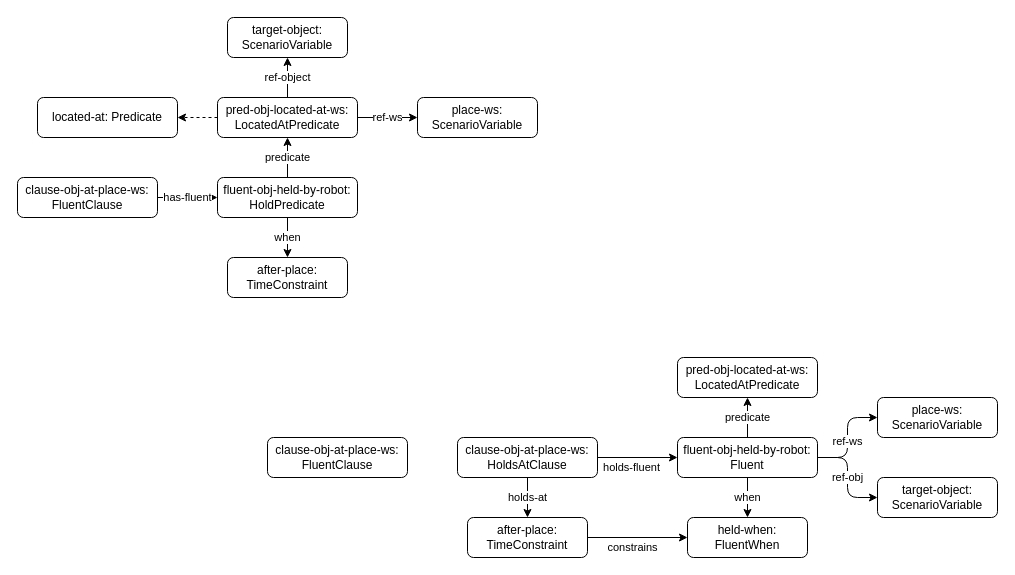
The draw.io diagram page "more detailed fluent" (3 of 8) of bdd-example-pickplace.drawio in minhnh/drawio-diagrams, before the edit. Source tidied: cells renumbered, new cells numbered last; positions are measured from the earlier drawing's top-left corner, leaving out a move shared by most shapes. Both pictures are drawn from the tidied source at 100%, with x=0, y=0 at pixel (17, 17).
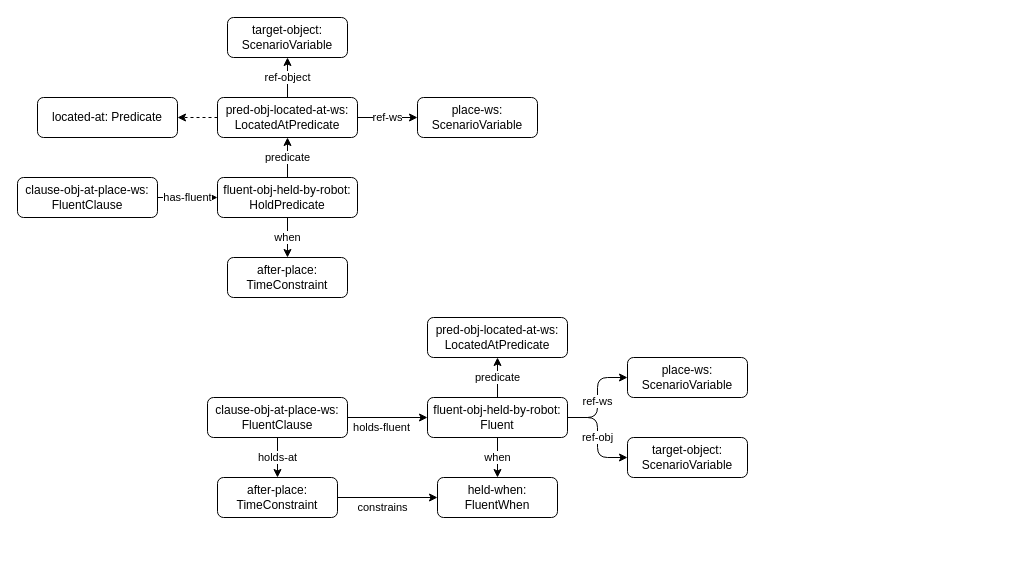
Above is the later version.

Change to the diagram source:
```diff
@@
     <mxCell id="14" value="fluent-obj-held-by-robot:&lt;br&gt;Fluent" style="rounded=1;whiteSpace=wrap;html=1;" parent="1" vertex="1">
-      <mxGeometry x="660" y="420" width="140" height="40" as="geometry" />
+      <mxGeometry x="410" y="380" width="140" height="40" as="geometry" />
     </mxCell>
@@
     <mxCell id="16" value="ref-ws" style="edgeStyle=orthogonalEdgeStyle;shape=connector;rounded=1;jettySize=auto;html=1;labelBackgroundColor=default;strokeColor=default;align=center;verticalAlign=middle;fontFamily=Helvetica;fontSize=11;fontColor=default;endArrow=classic;" parent="1" edge="1" source="14" target="20">
       <mxGeometry x="-0.09" relative="1" as="geometry">
         <Array as="points">
-          <mxPoint x="830" y="440" />
-          <mxPoint x="830" y="400" />
+          <mxPoint x="580" y="400" />
+          <mxPoint x="580" y="360" />
         </Array>
       </mxGeometry>
     </mxCell>
     <mxCell id="17" value="pred-obj-located-at-ws: LocatedAtPredicate" style="rounded=1;whiteSpace=wrap;html=1;" parent="1" vertex="1">
-      <mxGeometry x="660" y="340" width="140" height="40" as="geometry" />
+      <mxGeometry x="410" y="300" width="140" height="40" as="geometry" />
     </mxCell>
     <mxCell id="18" value="held-when: FluentWhen" style="rounded=1;whiteSpace=wrap;html=1;" parent="1" vertex="1">
-      <mxGeometry x="670" y="500" width="120" height="40" as="geometry" />
+      <mxGeometry x="420" y="460" width="120" height="40" as="geometry" />
     </mxCell>
     <mxCell id="19" value="target-object: ScenarioVariable" style="rounded=1;whiteSpace=wrap;html=1;" parent="1" vertex="1">
-      <mxGeometry x="860" y="460" width="120" height="40" as="geometry" />
+      <mxGeometry x="610" y="420" width="120" height="40" as="geometry" />
     </mxCell>
     <mxCell id="20" value="place-ws: ScenarioVariable" style="rounded=1;whiteSpace=wrap;html=1;" parent="1" vertex="1">
-      <mxGeometry x="860" y="380" width="120" height="40" as="geometry" />
+      <mxGeometry x="610" y="340" width="120" height="40" as="geometry" />
     </mxCell>
@@
-    <mxCell id="23" value="holds-fluent" style="edgeStyle=orthogonalEdgeStyle;shape=connector;rounded=1;jettySize=auto;html=1;labelBackgroundColor=default;strokeColor=default;align=center;verticalAlign=middle;fontFamily=Helvetica;fontSize=11;fontColor=default;endArrow=classic;" parent="1" edge="1" source="25" target="14">
+    <mxCell id="23" value="holds-fluent" style="edgeStyle=orthogonalEdgeStyle;shape=connector;rounded=1;jettySize=auto;html=1;labelBackgroundColor=default;strokeColor=default;align=center;verticalAlign=middle;fontFamily=Helvetica;fontSize=11;fontColor=default;endArrow=classic;" parent="1" edge="1" source="28" target="14">
       <mxGeometry x="-0.14" y="-10" relative="1" as="geometry" />
     </mxCell>
-    <mxCell id="24" value="holds-at" style="edgeStyle=orthogonalEdgeStyle;shape=connector;rounded=1;jettySize=auto;html=1;labelBackgroundColor=default;strokeColor=default;align=center;verticalAlign=middle;fontFamily=Helvetica;fontSize=11;fontColor=default;endArrow=classic;" parent="1" edge="1" source="25" target="27">
+    <mxCell id="24" value="holds-at" style="edgeStyle=orthogonalEdgeStyle;shape=connector;rounded=1;jettySize=auto;html=1;labelBackgroundColor=default;strokeColor=default;align=center;verticalAlign=middle;fontFamily=Helvetica;fontSize=11;fontColor=default;endArrow=classic;" parent="1" edge="1" source="28" target="27">
       <mxGeometry relative="1" as="geometry" />
     </mxCell>
-    <mxCell id="25" value="clause-obj-at-place-ws: HoldsAtClause" style="rounded=1;whiteSpace=wrap;html=1;" parent="1" vertex="1">
-      <mxGeometry x="440" y="420" width="140" height="40" as="geometry" />
-    </mxCell>
@@
     <mxCell id="27" value="after-place: TimeConstraint" style="rounded=1;whiteSpace=wrap;html=1;" parent="1" vertex="1">
-      <mxGeometry x="450" y="500" width="120" height="40" as="geometry" />
+      <mxGeometry x="200" y="460" width="120" height="40" as="geometry" />
     </mxCell>
     <mxCell id="28" value="clause-obj-at-place-ws: FluentClause" style="rounded=1;whiteSpace=wrap;html=1;" parent="1" vertex="1">
-      <mxGeometry x="250" y="420" width="140" height="40" as="geometry" />
+      <mxGeometry x="190" y="380" width="140" height="40" as="geometry" />
     </mxCell>
```
